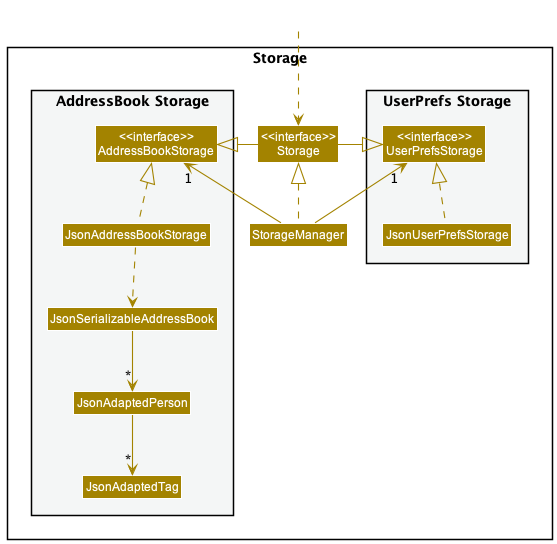
This is docs/images/StorageClassDiagram.png from nus-cs2103-AY2223S1/tp, a PlantUML export, as it was before one commit.
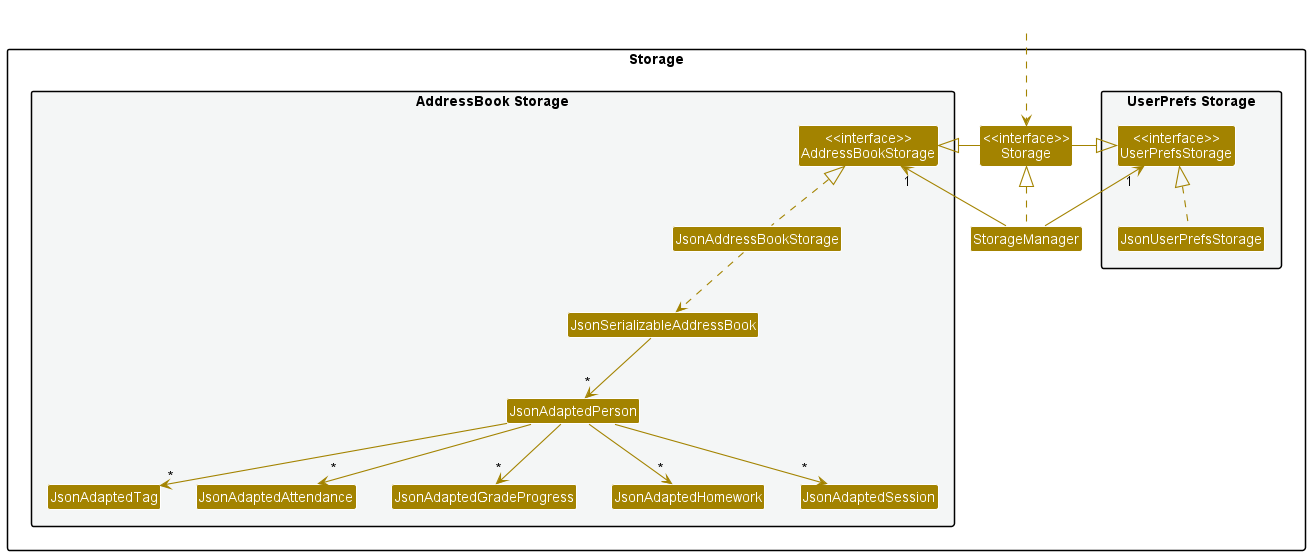
The same diagram one commit later.

Change to the diagram source:
```diff
@@ -20,6 +20,10 @@
 Class JsonSerializableAddressBook
 Class JsonAdaptedPerson
 Class JsonAdaptedTag
+Class JsonAdaptedAttendance
+Class JsonAdaptedGradeProgress
+Class JsonAdaptedHomework
+Class JsonAdaptedSession
 }
 
 }
@@ -39,5 +43,9 @@
 JsonAddressBookStorage ..> JsonSerializableAddressBook
 JsonSerializableAddressBook --> "*" JsonAdaptedPerson
 JsonAdaptedPerson --> "*" JsonAdaptedTag
+JsonAdaptedPerson --> "*" JsonAdaptedAttendance
+JsonAdaptedPerson --> "*" JsonAdaptedHomework
+JsonAdaptedPerson --> "*" JsonAdaptedGradeProgress
+JsonAdaptedPerson --> "*" JsonAdaptedSession
 
 @enduml
```
